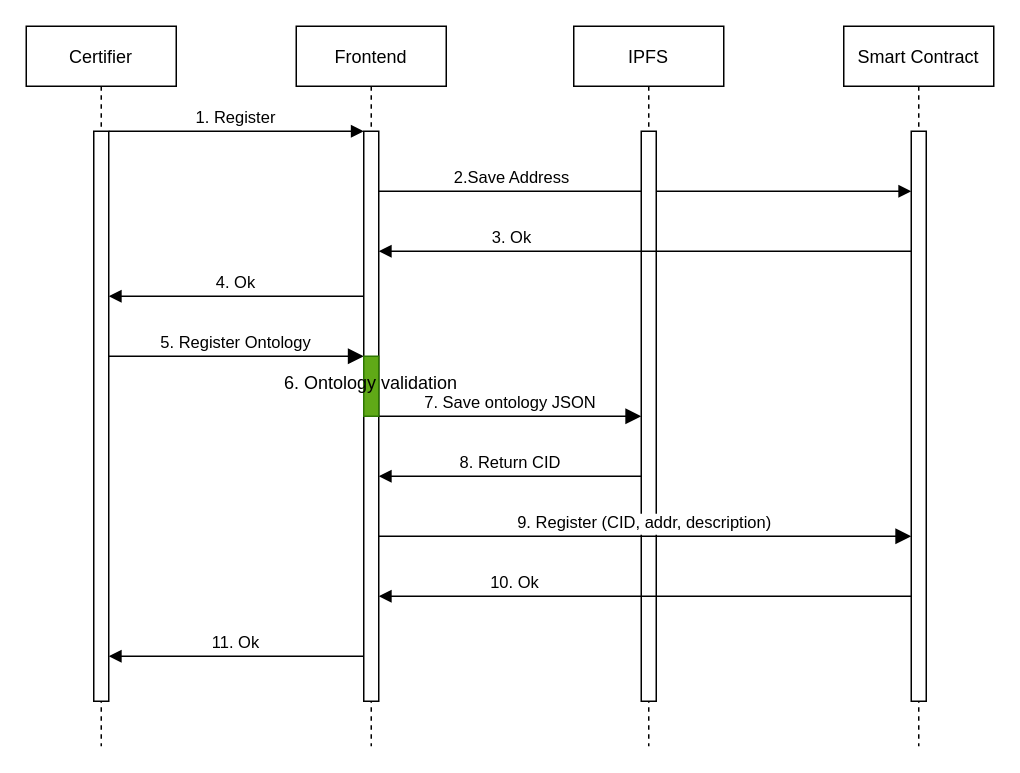
This is diagrams/sequence_diagram/certifier.drawio from taia-x/taia-x, a draw.io file, before an edit. Source tidied: cells renumbered, new cells numbered last; positions are measured from the earlier drawing's top-left corner, leaving out a move shared by most shapes. Both pictures are drawn from the tidied source at 150%, with x=0, y=0 at pixel (26, 26).
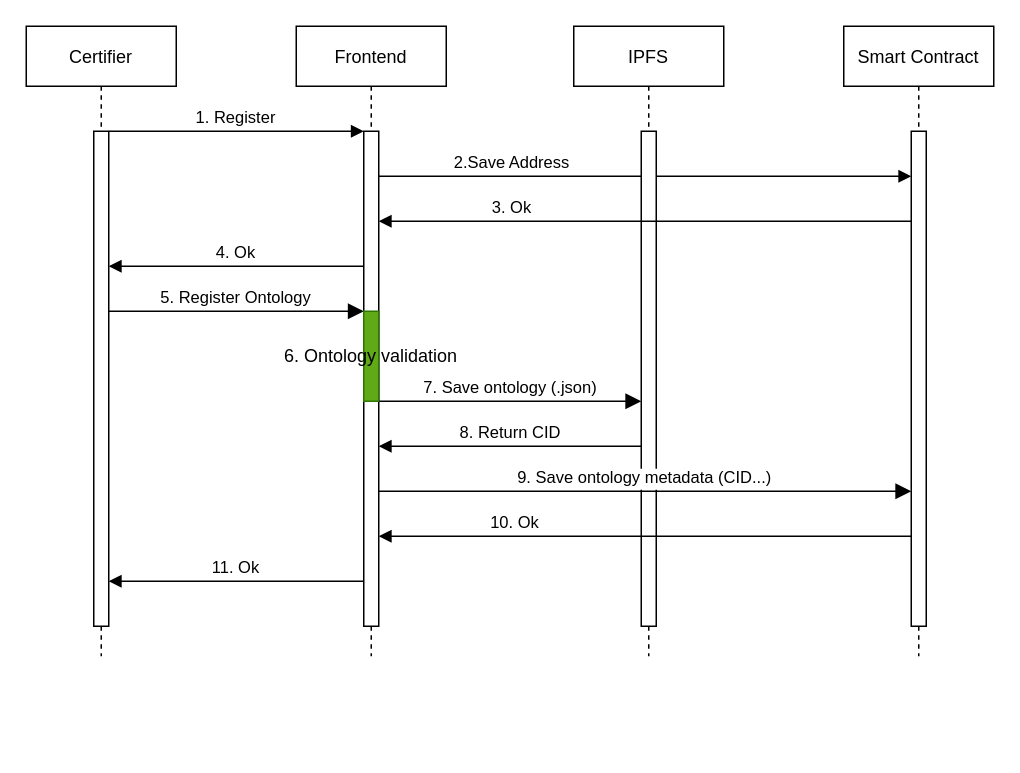
Above is the later version.

Change to the diagram source:
```diff
@@
     <mxCell id="2" value="Certifier" style="shape=umlLifeline;perimeter=lifelinePerimeter;rounded=0;shadow=0;strokeWidth=1;" parent="1" vertex="1">
-      <mxGeometry width="100" height="480" as="geometry" />
+      <mxGeometry width="100" height="420" as="geometry" />
     </mxCell>
     <mxCell id="3" style="points=[];perimeter=orthogonalPerimeter;rounded=0;shadow=0;strokeWidth=1;" parent="2" vertex="1">
-      <mxGeometry x="45" y="70" width="10" height="380" as="geometry" />
+      <mxGeometry x="45" y="70" width="10" height="330" as="geometry" />
     </mxCell>
     <mxCell id="4" value="Frontend" style="shape=umlLifeline;perimeter=lifelinePerimeter;rounded=0;shadow=0;strokeWidth=1;" parent="1" vertex="1">
-      <mxGeometry x="180" width="100" height="480" as="geometry" />
+      <mxGeometry x="180" width="100" height="420" as="geometry" />
     </mxCell>
     <mxCell id="5" style="points=[];perimeter=orthogonalPerimeter;rounded=0;shadow=0;strokeWidth=1;" parent="4" vertex="1">
-      <mxGeometry x="45" y="70" width="10" height="380" as="geometry" />
+      <mxGeometry x="45" y="70" width="10" height="330" as="geometry" />
     </mxCell>
@@
     <mxCell id="7" value="2.Save Address" style="verticalAlign=bottom;endArrow=block;shadow=0;strokeWidth=1;" parent="1" edge="1" source="5" target="11">
       <mxGeometry x="-0.5" relative="1" as="geometry">
         <Array as="points">
-          <mxPoint x="385" y="110" />
-          <mxPoint x="495" y="110" />
+          <mxPoint x="265" y="100" />
+          <mxPoint x="475" y="100" />
+          <mxPoint x="495" y="100" />
         </Array>
       </mxGeometry>
     </mxCell>
     <mxCell id="8" value="IPFS" style="shape=umlLifeline;perimeter=lifelinePerimeter;rounded=0;shadow=0;strokeWidth=1;" parent="1" vertex="1">
-      <mxGeometry x="365" width="100" height="480" as="geometry" />
+      <mxGeometry x="365" width="100" height="420" as="geometry" />
     </mxCell>
     <mxCell id="9" style="points=[];perimeter=orthogonalPerimeter;rounded=0;shadow=0;strokeWidth=1;" parent="8" vertex="1">
-      <mxGeometry x="45" y="70" width="10" height="380" as="geometry" />
+      <mxGeometry x="45" y="70" width="10" height="330" as="geometry" />
     </mxCell>
     <mxCell id="10" value="Smart Contract" style="shape=umlLifeline;perimeter=lifelinePerimeter;rounded=0;shadow=0;strokeWidth=1;" parent="1" vertex="1">
-      <mxGeometry x="545" width="100" height="480" as="geometry" />
+      <mxGeometry x="545" width="100" height="420" as="geometry" />
     </mxCell>
     <mxCell id="11" style="points=[];perimeter=orthogonalPerimeter;rounded=0;shadow=0;strokeWidth=1;" parent="10" vertex="1">
-      <mxGeometry x="45" y="70" width="10" height="380" as="geometry" />
+      <mxGeometry x="45" y="70" width="10" height="330" as="geometry" />
     </mxCell>
     <mxCell id="12" value="4. Ok" style="verticalAlign=bottom;endArrow=block;shadow=0;strokeWidth=1;" parent="1" edge="1" source="5" target="3">
       <mxGeometry relative="1" as="geometry">
         <Array as="points">
-          <mxPoint x="155" y="180" />
+          <mxPoint x="185" y="160" />
+          <mxPoint x="85" y="160" />
         </Array>
       </mxGeometry>
     </mxCell>
     <mxCell id="13" value="3. Ok" style="verticalAlign=bottom;endArrow=none;shadow=0;strokeWidth=1;startArrow=block;startFill=1;endFill=0;" parent="1" edge="1" source="5" target="11">
       <mxGeometry x="-0.5" relative="1" as="geometry">
         <Array as="points">
-          <mxPoint x="305" y="150" />
-          <mxPoint x="495" y="150" />
+          <mxPoint x="305" y="130" />
+          <mxPoint x="455" y="130" />
+          <mxPoint x="505" y="130" />
         </Array>
       </mxGeometry>
     </mxCell>
     <mxCell id="14" value="5. Register Ontology" style="verticalAlign=bottom;endArrow=block;endSize=8;shadow=0;strokeWidth=1;endFill=1;" parent="1" edge="1">
       <mxGeometry relative="1" as="geometry">
-        <mxPoint x="55" y="220" as="sourcePoint" />
-        <mxPoint x="225" y="220" as="targetPoint" />
+        <mxPoint x="55" y="190" as="sourcePoint" />
+        <mxPoint x="225" y="190" as="targetPoint" />
       </mxGeometry>
     </mxCell>
-    <mxCell id="15" value="7. Save ontology JSON" style="verticalAlign=bottom;endArrow=block;endSize=8;shadow=0;strokeWidth=1;endFill=1;" parent="1" edge="1" target="9">
+    <mxCell id="15" value="7. Save ontology (.json)" style="verticalAlign=bottom;endArrow=block;endSize=8;shadow=0;strokeWidth=1;endFill=1;" parent="1" edge="1" source="5" target="9">
       <mxGeometry relative="1" as="geometry">
-        <mxPoint x="235" y="260" as="sourcePoint" />
+        <Array as="points">
+          <mxPoint x="265" y="250" />
+          <mxPoint x="295" y="250" />
+        </Array>
       </mxGeometry>
     </mxCell>
-    <mxCell id="16" value="9. Register (CID, addr, description) " style="verticalAlign=bottom;endArrow=block;endSize=8;shadow=0;strokeWidth=1;endFill=1;" parent="1" edge="1" source="5" target="11">
+    <mxCell id="16" value="9. Save ontology metadata (CID...) " style="verticalAlign=bottom;endArrow=block;endSize=8;shadow=0;strokeWidth=1;endFill=1;" parent="1" edge="1" source="5" target="11">
       <mxGeometry x="0.01" relative="1" as="geometry">
         <Array as="points">
-          <mxPoint x="445" y="340" />
+          <mxPoint x="285" y="310" />
+          <mxPoint x="445" y="310" />
         </Array>
       </mxGeometry>
     </mxCell>
     <mxCell id="17" value="8. Return CID" style="verticalAlign=bottom;endArrow=none;endSize=8;shadow=0;strokeWidth=1;endFill=0;startArrow=block;startFill=1;" parent="1" edge="1" source="5" target="9">
       <mxGeometry relative="1" as="geometry">
         <Array as="points">
-          <mxPoint x="365" y="300" />
+          <mxPoint x="275" y="280" />
+          <mxPoint x="365" y="280" />
         </Array>
       </mxGeometry>
     </mxCell>
     <mxCell id="18" style="perimeter=orthogonalPerimeter;rounded=0;shadow=0;strokeWidth=1;fillColor=#60a917;strokeColor=#2D7600;fontColor=#ffffff;" parent="1" vertex="1">
-      <mxGeometry x="225" y="220" width="10" height="40" as="geometry" />
+      <mxGeometry x="225" y="190" width="10" height="60" as="geometry" />
     </mxCell>
     <mxCell id="19" value="6. Ontology validation" style="text;html=1;strokeColor=none;fillColor=none;align=center;verticalAlign=middle;whiteSpace=wrap;rounded=0;" parent="1" vertex="1">
-      <mxGeometry x="170" y="228" width="120" height="20" as="geometry" />
+      <mxGeometry x="170" y="210" width="120" height="20" as="geometry" />
     </mxCell>
     <mxCell id="20" value="10. Ok" style="verticalAlign=bottom;endArrow=none;shadow=0;strokeWidth=1;startArrow=block;startFill=1;endFill=0;" parent="1" edge="1" source="5" target="11">
       <mxGeometry x="-0.49" relative="1" as="geometry">
         <Array as="points">
-          <mxPoint x="455" y="380" />
-          <mxPoint x="475" y="380" />
-          <mxPoint x="495" y="380" />
+          <mxPoint x="365" y="340" />
+          <mxPoint x="465" y="340" />
+          <mxPoint x="495" y="340" />
         </Array>
       </mxGeometry>
     </mxCell>
     <mxCell id="21" value="11. Ok" style="verticalAlign=bottom;endArrow=block;shadow=0;strokeWidth=1;exitX=0;exitY=0.214;exitDx=0;exitDy=0;exitPerimeter=0;" parent="1" edge="1">
       <mxGeometry relative="1" as="geometry">
-        <mxPoint x="225" y="420" as="sourcePoint" />
-        <mxPoint x="55" y="420" as="targetPoint" />
+        <mxPoint x="225" y="370" as="sourcePoint" />
+        <mxPoint x="55" y="370" as="targetPoint" />
       </mxGeometry>
     </mxCell>
```
